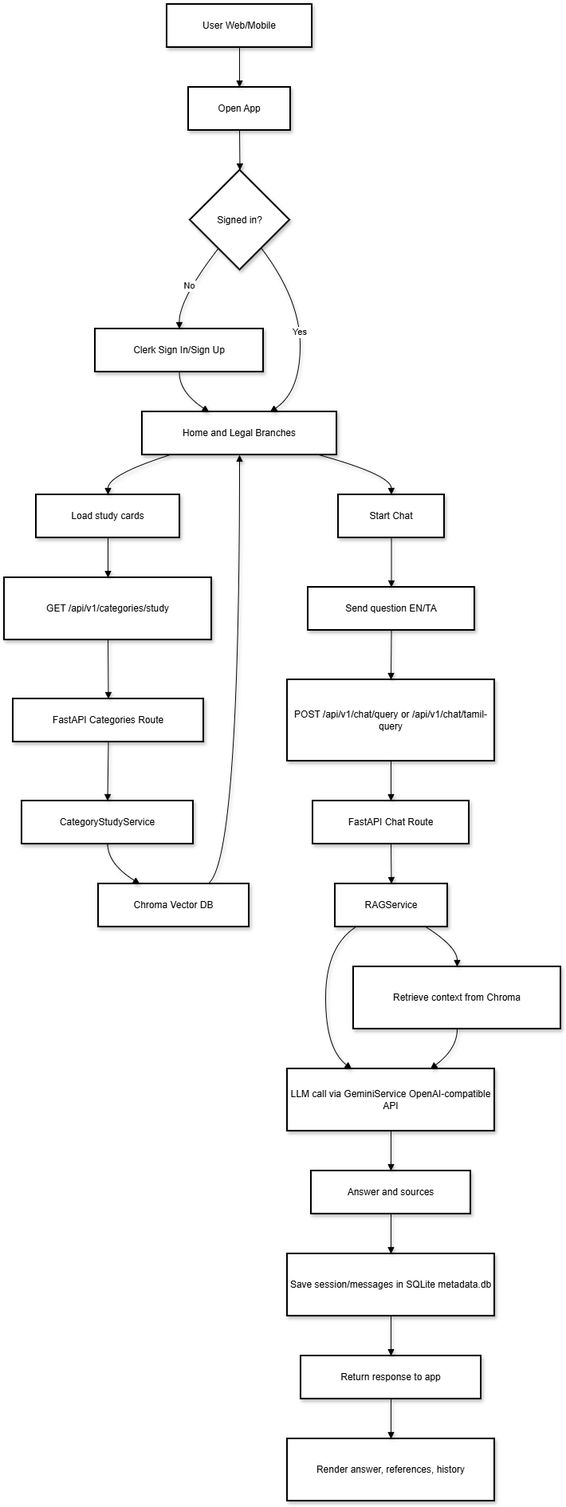
Earlier version of the draw.io export flowchart.drawio.png (Pavithran26/SattamAI-frontend). Source tidied: cells renumbered, new cells last; positions are measured from the earlier drawing's top-left corner, leaving out a move shared by most shapes.
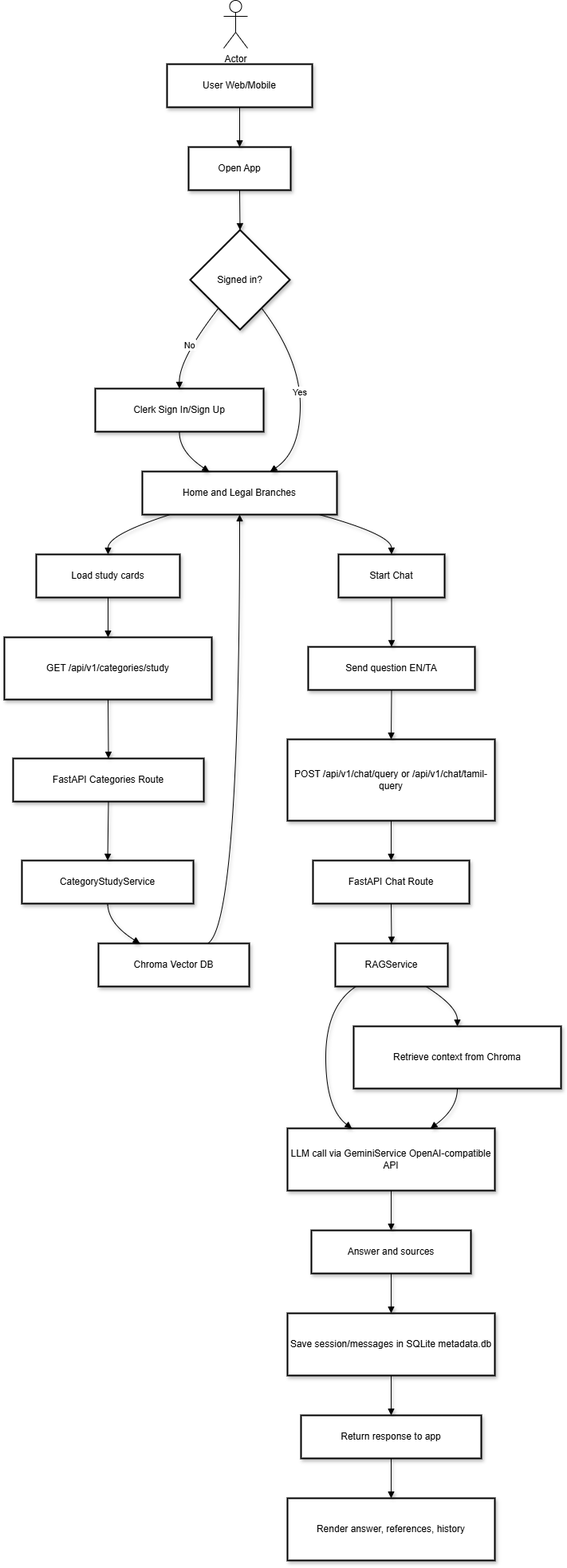
The same diagram one commit later.

Change to the diagram source:
```diff
@@ -176,5 +176,8 @@
     <mxCell id="45" style="curved=1;startArrow=none;endArrow=block;exitX=0.5;exitY=0.99;entryX=0.5;entryY=0;rounded=0;shadow=1;" parent="1" edge="1" source="21" target="22">
       <mxGeometry relative="1" as="geometry" />
     </mxCell>
+    <mxCell id="46" value="Actor" style="shape=umlActor;verticalLabelPosition=bottom;verticalAlign=top;html=1;" parent="1" vertex="1">
+      <mxGeometry x="275" y="-80" width="30" height="60" as="geometry" />
+    </mxCell>
   </root>
 </mxGraphModel>
```
